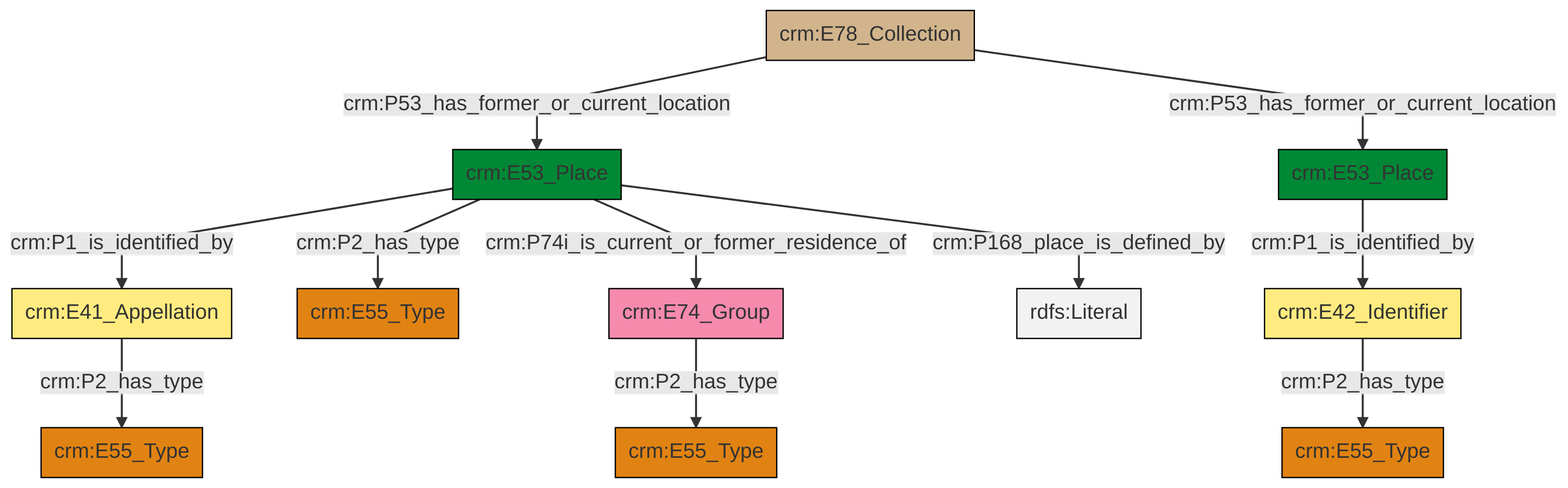
The Mermaid diagram et/archivalCSV/ttl/mmd/png/archival_location.png in swiss-art-research-net/docs.swissartresearch, before a commit. Its source is kept beside it as et/archivalCSV/ttl/mmd/archival_location.ttl.mmd.
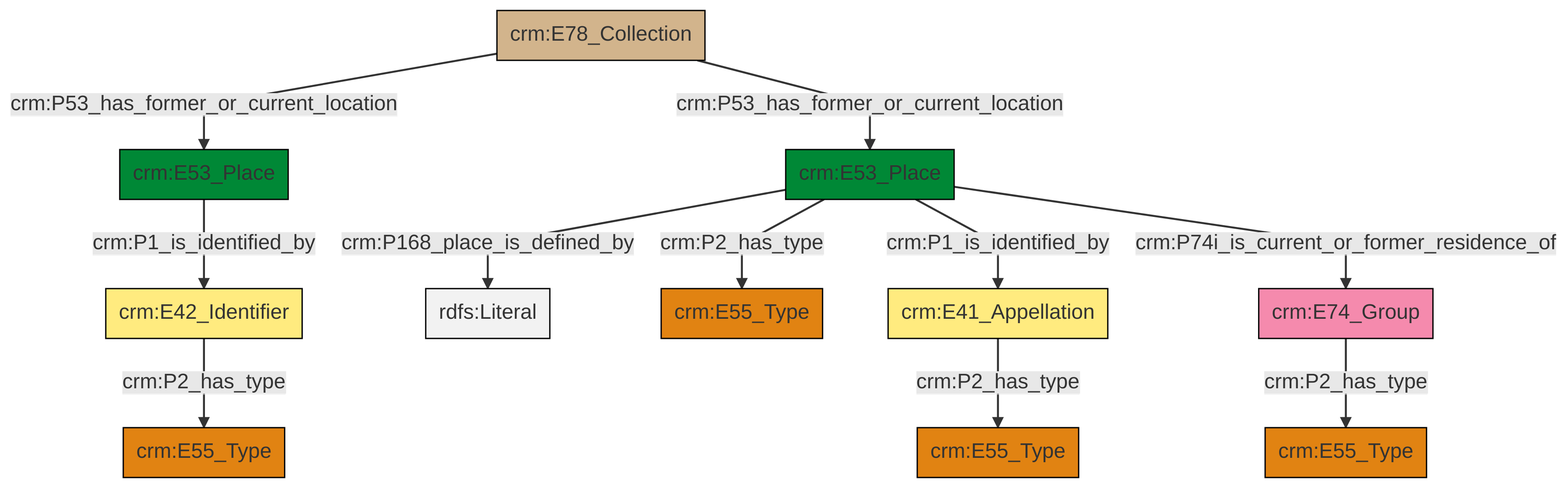
After the change.

Diff of the diagram source:
```diff
@@ -13,13 +13,13 @@
 classDef PC_Classes fill:#4ce600, stroke:#000000;
 classDef Multi fill:#cccccc,stroke:#000000;
 
-0["crm:E53_Place"]:::Place -->|crm:P1_is_identified_by| 1["crm:E41_Appellation"]:::Appellation
-4["crm:E53_Place"]:::Place -->|crm:P1_is_identified_by| 5["crm:E42_Identifier"]:::Appellation
-1["crm:E41_Appellation"]:::Appellation -->|crm:P2_has_type| 11["crm:E55_Type"]:::Type
-5["crm:E42_Identifier"]:::Appellation -->|crm:P2_has_type| 8["crm:E55_Type"]:::Type
-0["crm:E53_Place"]:::Place -->|crm:P2_has_type| 2["crm:E55_Type"]:::Type
-16["crm:E78_Collection"]:::Physical_Thing -->|crm:P53_has_former_or_current_location| 0["crm:E53_Place"]:::Place
-16["crm:E78_Collection"]:::Physical_Thing -->|crm:P53_has_former_or_current_location| 4["crm:E53_Place"]:::Place
-0["crm:E53_Place"]:::Place -->|crm:P74i_is_current_or_former_residence_of| 19["crm:E74_Group"]:::Actor
-0["crm:E53_Place"]:::Place -->|crm:P168_place_is_defined_by| 24[rdfs:Literal]:::Literal
-19["crm:E74_Group"]:::Actor -->|crm:P2_has_type| 12["crm:E55_Type"]:::Type
+4["crm:E53_Place"]:::Place -->|crm:P168_place_is_defined_by| 5[rdfs:Literal]:::Literal
+4["crm:E53_Place"]:::Place -->|crm:P1_is_identified_by| 8["crm:E41_Appellation"]:::Appellation
+2["crm:E42_Identifier"]:::Appellation -->|crm:P2_has_type| 0["crm:E55_Type"]:::Type
+8["crm:E41_Appellation"]:::Appellation -->|crm:P2_has_type| 11["crm:E55_Type"]:::Type
+12["crm:E78_Collection"]:::Physical_Thing -->|crm:P53_has_former_or_current_location| 13["crm:E53_Place"]:::Place
+9["crm:E74_Group"]:::Actor -->|crm:P2_has_type| 15["crm:E55_Type"]:::Type
+4["crm:E53_Place"]:::Place -->|crm:P2_has_type| 6["crm:E55_Type"]:::Type
+12["crm:E78_Collection"]:::Physical_Thing -->|crm:P53_has_former_or_current_location| 4["crm:E53_Place"]:::Place
+4["crm:E53_Place"]:::Place -->|crm:P74i_is_current_or_former_residence_of| 9["crm:E74_Group"]:::Actor
+13["crm:E53_Place"]:::Place -->|crm:P1_is_identified_by| 2["crm:E42_Identifier"]:::Appellation
```
